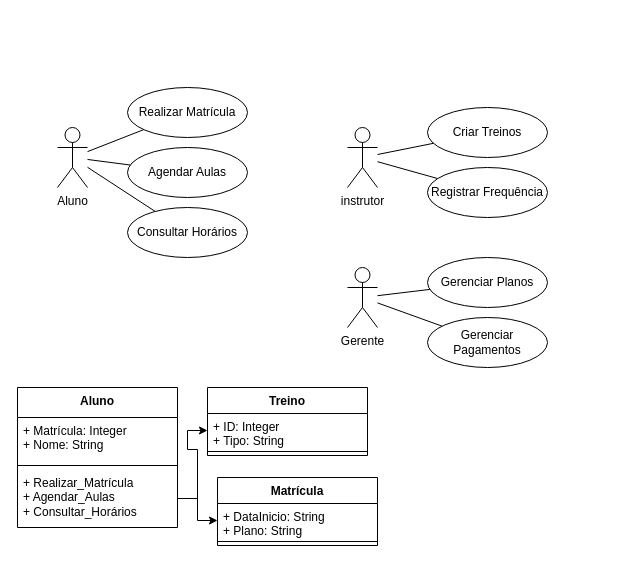
This is page "Atividade 1" (4 of 6) of Diagrama sem nome.drawio from ThiagodeSouza413/diagramasderequisitos, a draw.io file, before an edit. Source tidied: cells renumbered, new cells numbered last; positions are measured from the earlier drawing's top-left corner, leaving out a move shared by most shapes. Both pictures are drawn from the tidied source at 100%, with x=0, y=0 at pixel (17, 87).
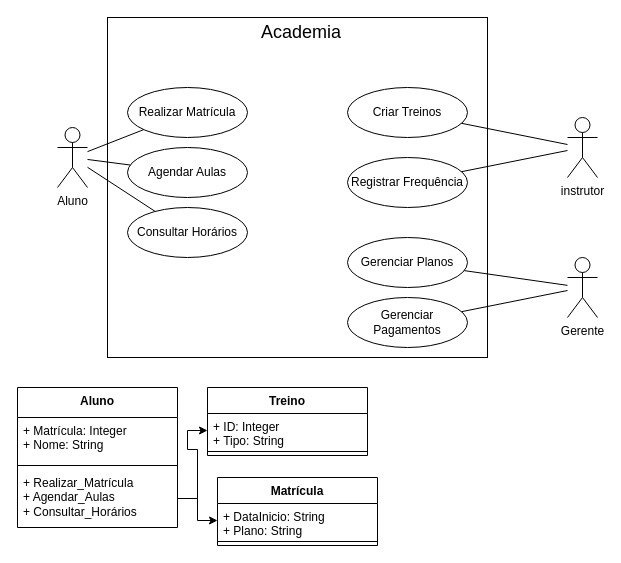
The same diagram, later.

Change to the diagram source:
```diff
@@
     <mxCell id="6" value="instrutor" style="shape=umlActor;verticalLabelPosition=bottom;verticalAlign=top;html=1;outlineConnect=0;" parent="1" vertex="1">
-      <mxGeometry x="330" y="40" width="30" height="60" as="geometry" />
+      <mxGeometry x="550" y="30" width="30" height="60" as="geometry" />
     </mxCell>
     <mxCell id="7" value="Criar Treinos" style="ellipse;whiteSpace=wrap;html=1;" parent="1" vertex="1">
-      <mxGeometry x="410" y="20" width="120" height="50" as="geometry" />
+      <mxGeometry x="330" width="120" height="50" as="geometry" />
     </mxCell>
     <mxCell id="8" value="Registrar Frequência" style="ellipse;whiteSpace=wrap;html=1;" parent="1" vertex="1">
-      <mxGeometry x="410" y="80" width="120" height="50" as="geometry" />
+      <mxGeometry x="330" y="70" width="120" height="50" as="geometry" />
     </mxCell>
     <mxCell id="9" value="Gerenciar Pagamentos" style="ellipse;whiteSpace=wrap;html=1;" parent="1" vertex="1">
-      <mxGeometry x="410" y="230" width="120" height="50" as="geometry" />
+      <mxGeometry x="330" y="210" width="120" height="50" as="geometry" />
     </mxCell>
     <mxCell id="10" value="Gerente" style="shape=umlActor;verticalLabelPosition=bottom;verticalAlign=top;html=1;outlineConnect=0;" parent="1" vertex="1">
-      <mxGeometry x="330" y="180" width="30" height="60" as="geometry" />
+      <mxGeometry x="550" y="170" width="30" height="60" as="geometry" />
     </mxCell>
     <mxCell id="11" value="Gerenciar Planos" style="ellipse;whiteSpace=wrap;html=1;" parent="1" vertex="1">
-      <mxGeometry x="410" y="170" width="120" height="50" as="geometry" />
+      <mxGeometry x="330" y="150" width="120" height="50" as="geometry" />
     </mxCell>
@@
+    <mxCell id="31" style="rounded=0;whiteSpace=wrap;html=1;fillColor=none;" parent="1" vertex="1">
+      <mxGeometry x="90" y="-70" width="380" height="340" as="geometry" />
+    </mxCell>
+    <mxCell id="32" value="Academia" style="text;html=1;align=center;verticalAlign=middle;whiteSpace=wrap;rounded=0;fontSize=18;" parent="1" vertex="1">
+      <mxGeometry x="194" y="-70" width="180" height="30" as="geometry" />
+    </mxCell>
```
